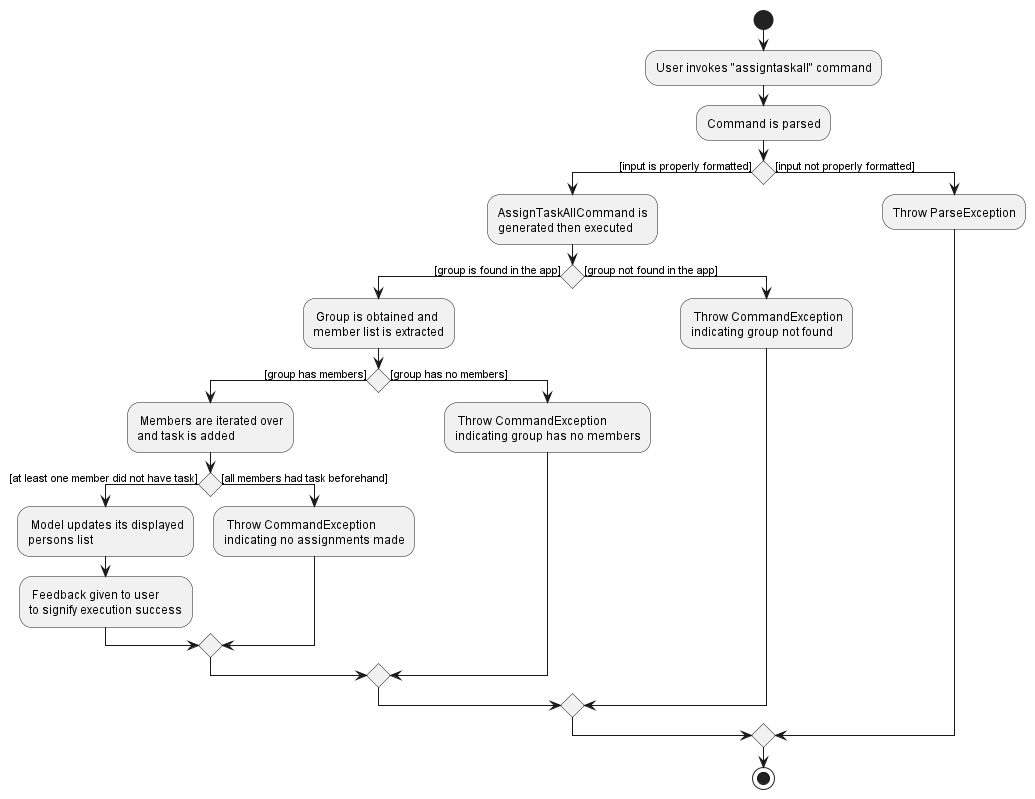
Above: docs/images/AssignTaskAllDiagram.png in nus-cs2103-AY2223S1/tp (PlantUML), before the change. Source of this version:
```plantuml
@startuml

start
:User invokes "assigntaskall" command;
:Command is parsed;

if () then ([input is properly formatted])
    :AssignTaskAllCommand is
    generated then executed;

    if () then ([group is found in the app])
        : Group is obtained and
        member list is extracted;

        if () then ([group has members])
            : Members are iterated over
            and task is added;

            if () then ([at least one member did not have task])
                : Model updates its displayed
                persons list;
                : Feedback given to user
                to signify execution success;
            else ([all members had task beforehand])
                : Throw CommandException
                indicating no assignments made;
            endif
        else ([group has no members])
            : Throw CommandException
            indicating group has no members;
        endif
    else ([group not found in the app])
        : Throw CommandException
        indicating group not found;
    endif

else ([input not properly formatted])
    :Throw ParseException;
endif
stop

@enduml
```
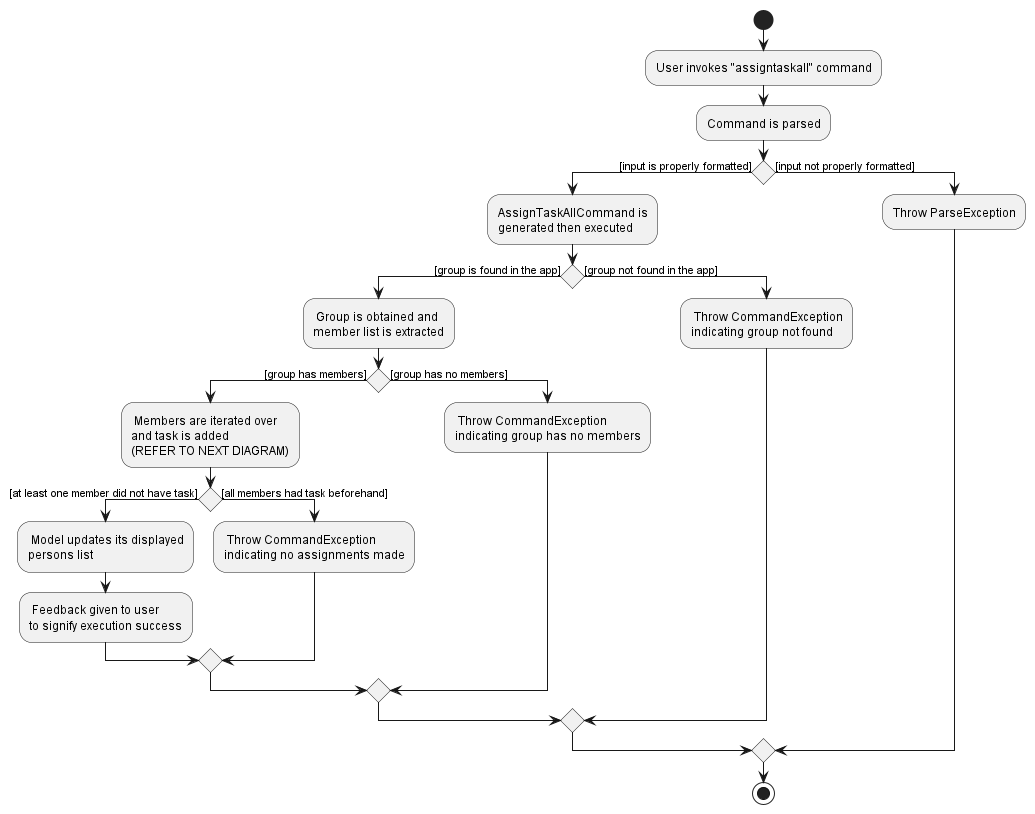
After the change.

Commit message:
Add AssignTaskAllDiagramAddendum and update DG accordingly

The edit, as a diff of the source:
```diff
@@ -14,7 +14,8 @@
 
         if () then ([group has members])
             : Members are iterated over
-            and task is added;
+            and task is added
+            (REFER TO NEXT DIAGRAM);
 
             if () then ([at least one member did not have task])
                 : Model updates its displayed
```
